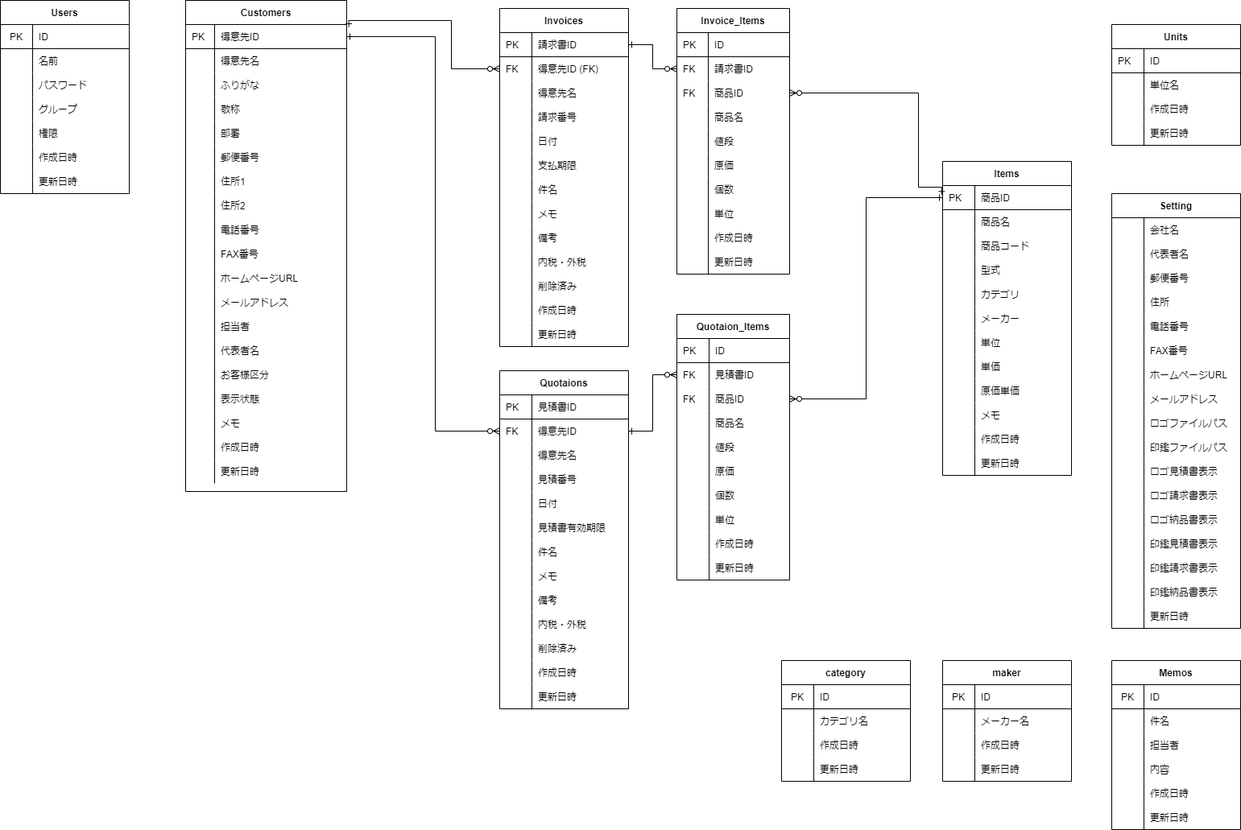
The draw.io diagram soho_er.png in gamasenninn/caddie-clone, before a commit. Source tidied: cells renumbered, new cells last; positions are measured from the earlier drawing's top-left corner, leaving out a move shared by most shapes.
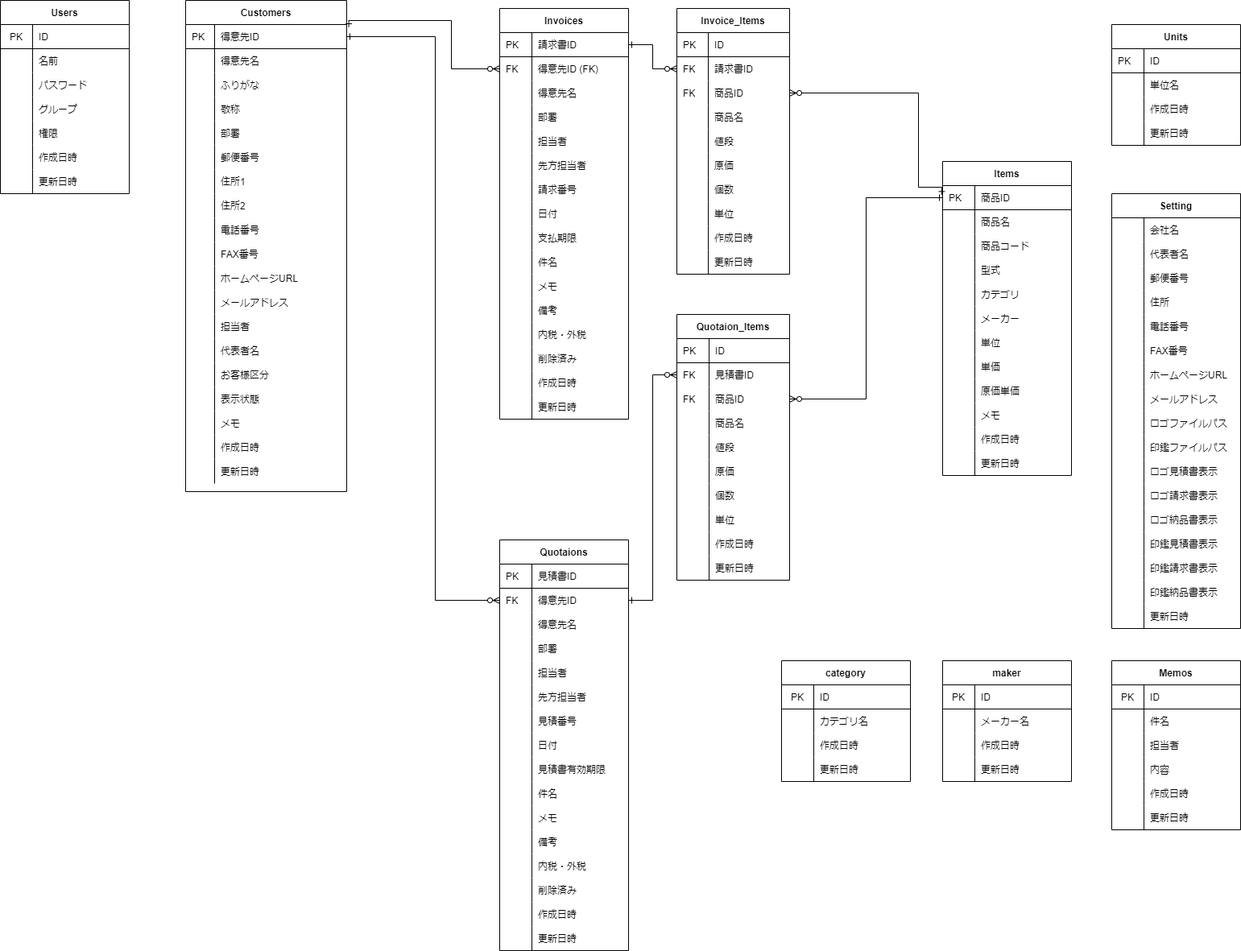
After the change.

The edit, as a diff of the source:
```diff
@@ -288,7 +288,7 @@
       <mxGeometry x="40" width="120" height="30" as="geometry" />
     </mxCell>
     <mxCell id="97" value="Invoices" style="shape=table;startSize=30;rowLines=0;fontStyle=1;align=center;" parent="1" vertex="1">
-      <mxGeometry x="620" y="10" width="160" height="420" as="geometry" />
+      <mxGeometry x="620" y="10" width="160" height="510" as="geometry" />
     </mxCell>
     <mxCell id="98" style="shape=partialRectangle;html=1;whiteSpace=wrap;fillColor=none;top=0;left=0;bottom=1;right=0;points=[[0,0.5],[1,0.5]];portConstraint=eastwest;" parent="97" vertex="1">
       <mxGeometry y="30" width="160" height="30" as="geometry" />
@@ -317,8 +317,35 @@
     <mxCell id="106" value="得意先名" style="shape=partialRectangle;html=1;whiteSpace=wrap;fillColor=none;top=0;left=0;bottom=0;right=0;align=left;spacingLeft=6;overflow=hidden;" parent="104" vertex="1">
       <mxGeometry x="40" width="120" height="30" as="geometry" />
     </mxCell>
+    <mxCell id="377" style="shape=partialRectangle;html=1;whiteSpace=wrap;fillColor=none;top=0;left=0;bottom=0;right=0;" parent="97" vertex="1">
+      <mxGeometry y="120" width="160" height="30" as="geometry" />
+    </mxCell>
+    <mxCell id="378" style="shape=partialRectangle;html=1;whiteSpace=wrap;fillColor=none;top=0;left=0;bottom=0;right=0;align=left;spacingLeft=6;overflow=hidden;" parent="377" vertex="1">
+      <mxGeometry width="40" height="30" as="geometry" />
+    </mxCell>
+    <mxCell id="379" value="部署" style="shape=partialRectangle;html=1;whiteSpace=wrap;fillColor=none;top=0;left=0;bottom=0;right=0;align=left;spacingLeft=6;overflow=hidden;" parent="377" vertex="1">
+      <mxGeometry x="40" width="120" height="30" as="geometry" />
+    </mxCell>
+    <mxCell id="380" style="shape=partialRectangle;html=1;whiteSpace=wrap;fillColor=none;top=0;left=0;bottom=0;right=0;" parent="97" vertex="1">
+      <mxGeometry y="150" width="160" height="30" as="geometry" />
+    </mxCell>
+    <mxCell id="381" style="shape=partialRectangle;html=1;whiteSpace=wrap;fillColor=none;top=0;left=0;bottom=0;right=0;align=left;spacingLeft=6;overflow=hidden;" parent="380" vertex="1">
+      <mxGeometry width="40" height="30" as="geometry" />
+    </mxCell>
+    <mxCell id="382" value="担当者" style="shape=partialRectangle;html=1;whiteSpace=wrap;fillColor=none;top=0;left=0;bottom=0;right=0;align=left;spacingLeft=6;overflow=hidden;" parent="380" vertex="1">
+      <mxGeometry x="40" width="120" height="30" as="geometry" />
+    </mxCell>
+    <mxCell id="383" style="shape=partialRectangle;html=1;whiteSpace=wrap;fillColor=none;top=0;left=0;bottom=0;right=0;" parent="97" vertex="1">
+      <mxGeometry y="180" width="160" height="30" as="geometry" />
+    </mxCell>
+    <mxCell id="384" style="shape=partialRectangle;html=1;whiteSpace=wrap;fillColor=none;top=0;left=0;bottom=0;right=0;align=left;spacingLeft=6;overflow=hidden;" parent="383" vertex="1">
+      <mxGeometry width="40" height="30" as="geometry" />
+    </mxCell>
+    <mxCell id="385" value="先方担当者" style="shape=partialRectangle;html=1;whiteSpace=wrap;fillColor=none;top=0;left=0;bottom=0;right=0;align=left;spacingLeft=6;overflow=hidden;" parent="383" vertex="1">
+      <mxGeometry x="40" width="120" height="30" as="geometry" />
+    </mxCell>
     <mxCell id="107" style="shape=partialRectangle;html=1;whiteSpace=wrap;fillColor=none;top=0;left=0;bottom=0;right=0;" parent="97" vertex="1">
-      <mxGeometry y="120" width="160" height="30" as="geometry" />
+      <mxGeometry y="210" width="160" height="30" as="geometry" />
     </mxCell>
     <mxCell id="108" style="shape=partialRectangle;html=1;whiteSpace=wrap;fillColor=none;top=0;left=0;bottom=0;right=0;align=left;spacingLeft=6;overflow=hidden;" parent="107" vertex="1">
       <mxGeometry width="40" height="30" as="geometry" />
@@ -327,7 +354,7 @@
       <mxGeometry x="40" width="120" height="30" as="geometry" />
     </mxCell>
     <mxCell id="110" style="shape=partialRectangle;html=1;whiteSpace=wrap;fillColor=none;top=0;left=0;bottom=0;right=0;" parent="97" vertex="1">
-      <mxGeometry y="150" width="160" height="30" as="geometry" />
+      <mxGeometry y="240" width="160" height="30" as="geometry" />
     </mxCell>
     <mxCell id="111" style="shape=partialRectangle;html=1;whiteSpace=wrap;fillColor=none;top=0;left=0;bottom=0;right=0;align=left;spacingLeft=6;overflow=hidden;" parent="110" vertex="1">
       <mxGeometry width="40" height="30" as="geometry" />
@@ -336,7 +363,7 @@
       <mxGeometry x="40" width="120" height="30" as="geometry" />
     </mxCell>
     <mxCell id="113" style="shape=partialRectangle;html=1;whiteSpace=wrap;fillColor=none;top=0;left=0;bottom=0;right=0;" parent="97" vertex="1">
-      <mxGeometry y="180" width="160" height="30" as="geometry" />
+      <mxGeometry y="270" width="160" height="30" as="geometry" />
     </mxCell>
     <mxCell id="114" style="shape=partialRectangle;html=1;whiteSpace=wrap;fillColor=none;top=0;left=0;bottom=0;right=0;align=left;spacingLeft=6;overflow=hidden;" parent="113" vertex="1">
       <mxGeometry width="40" height="30" as="geometry" />
@@ -345,7 +372,7 @@
       <mxGeometry x="40" width="120" height="30" as="geometry" />
     </mxCell>
     <mxCell id="116" style="shape=partialRectangle;html=1;whiteSpace=wrap;fillColor=none;top=0;left=0;bottom=0;right=0;" parent="97" vertex="1">
-      <mxGeometry y="210" width="160" height="30" as="geometry" />
+      <mxGeometry y="300" width="160" height="30" as="geometry" />
     </mxCell>
     <mxCell id="117" style="shape=partialRectangle;html=1;whiteSpace=wrap;fillColor=none;top=0;left=0;bottom=0;right=0;align=left;spacingLeft=6;overflow=hidden;" parent="116" vertex="1">
       <mxGeometry width="40" height="30" as="geometry" />
@@ -354,7 +381,7 @@
       <mxGeometry x="40" width="120" height="30" as="geometry" />
     </mxCell>
     <mxCell id="119" style="shape=partialRectangle;html=1;whiteSpace=wrap;fillColor=none;top=0;left=0;bottom=0;right=0;" parent="97" vertex="1">
-      <mxGeometry y="240" width="160" height="30" as="geometry" />
+      <mxGeometry y="330" width="160" height="30" as="geometry" />
     </mxCell>
     <mxCell id="120" style="shape=partialRectangle;html=1;whiteSpace=wrap;fillColor=none;top=0;left=0;bottom=0;right=0;align=left;spacingLeft=6;overflow=hidden;" parent="119" vertex="1">
       <mxGeometry width="40" height="30" as="geometry" />
@@ -363,7 +390,7 @@
       <mxGeometry x="40" width="120" height="30" as="geometry" />
     </mxCell>
     <mxCell id="122" style="shape=partialRectangle;html=1;whiteSpace=wrap;fillColor=none;top=0;left=0;bottom=0;right=0;" parent="97" vertex="1">
-      <mxGeometry y="270" width="160" height="30" as="geometry" />
+      <mxGeometry y="360" width="160" height="30" as="geometry" />
     </mxCell>
     <mxCell id="123" style="shape=partialRectangle;html=1;whiteSpace=wrap;fillColor=none;top=0;left=0;bottom=0;right=0;align=left;spacingLeft=6;overflow=hidden;" parent="122" vertex="1">
       <mxGeometry width="40" height="30" as="geometry" />
@@ -372,7 +399,7 @@
       <mxGeometry x="40" width="120" height="30" as="geometry" />
     </mxCell>
     <mxCell id="125" style="shape=partialRectangle;html=1;whiteSpace=wrap;fillColor=none;top=0;left=0;bottom=0;right=0;" parent="97" vertex="1">
-      <mxGeometry y="300" width="160" height="30" as="geometry" />
+      <mxGeometry y="390" width="160" height="30" as="geometry" />
     </mxCell>
     <mxCell id="126" style="shape=partialRectangle;html=1;whiteSpace=wrap;fillColor=none;top=0;left=0;bottom=0;right=0;align=left;spacingLeft=6;overflow=hidden;" parent="125" vertex="1">
       <mxGeometry width="40" height="30" as="geometry" />
@@ -381,7 +408,7 @@
       <mxGeometry x="40" width="120" height="30" as="geometry" />
     </mxCell>
     <mxCell id="128" style="shape=partialRectangle;html=1;whiteSpace=wrap;fillColor=none;top=0;left=0;bottom=0;right=0;" parent="97" vertex="1">
-      <mxGeometry y="330" width="160" height="30" as="geometry" />
+      <mxGeometry y="420" width="160" height="30" as="geometry" />
     </mxCell>
     <mxCell id="129" style="shape=partialRectangle;html=1;whiteSpace=wrap;fillColor=none;top=0;left=0;bottom=0;right=0;align=left;spacingLeft=6;overflow=hidden;" parent="128" vertex="1">
       <mxGeometry width="40" height="30" as="geometry" />
@@ -390,7 +417,7 @@
       <mxGeometry x="40" width="120" height="30" as="geometry" />
     </mxCell>
     <mxCell id="131" style="shape=partialRectangle;html=1;whiteSpace=wrap;fillColor=none;top=0;left=0;bottom=0;right=0;" parent="97" vertex="1">
-      <mxGeometry y="360" width="160" height="30" as="geometry" />
+      <mxGeometry y="450" width="160" height="30" as="geometry" />
     </mxCell>
     <mxCell id="132" style="shape=partialRectangle;html=1;whiteSpace=wrap;fillColor=none;top=0;left=0;bottom=0;right=0;align=left;spacingLeft=6;overflow=hidden;" parent="131" vertex="1">
       <mxGeometry width="40" height="30" as="geometry" />
@@ -399,7 +426,7 @@
       <mxGeometry x="40" width="120" height="30" as="geometry" />
     </mxCell>
     <mxCell id="134" style="shape=partialRectangle;html=1;whiteSpace=wrap;fillColor=none;top=0;left=0;bottom=0;right=0;" parent="97" vertex="1">
-      <mxGeometry y="390" width="160" height="30" as="geometry" />
+      <mxGeometry y="480" width="160" height="30" as="geometry" />
     </mxCell>
     <mxCell id="135" style="shape=partialRectangle;html=1;whiteSpace=wrap;fillColor=none;top=0;left=0;bottom=0;right=0;align=left;spacingLeft=6;overflow=hidden;" parent="134" vertex="1">
       <mxGeometry width="40" height="30" as="geometry" />
@@ -501,7 +528,7 @@
       <mxGeometry x="39" width="101" height="30" as="geometry" />
     </mxCell>
     <mxCell id="168" value="Quotaions" style="shape=table;startSize=30;rowLines=0;fontStyle=1;align=center;" parent="1" vertex="1">
-      <mxGeometry x="620" y="460" width="160" height="420" as="geometry" />
+      <mxGeometry x="620" y="670" width="160" height="510" as="geometry" />
     </mxCell>
     <mxCell id="169" style="shape=partialRectangle;html=1;whiteSpace=wrap;fillColor=none;top=0;left=0;bottom=1;right=0;" parent="168" vertex="1">
       <mxGeometry y="30" width="160" height="30" as="geometry" />
@@ -530,8 +557,35 @@
     <mxCell id="177" value="得意先名" style="shape=partialRectangle;html=1;whiteSpace=wrap;fillColor=none;top=0;left=0;bottom=0;right=0;align=left;spacingLeft=6;overflow=hidden;" parent="175" vertex="1">
       <mxGeometry x="40" width="120" height="30" as="geometry" />
     </mxCell>
+    <mxCell id="386" style="shape=partialRectangle;html=1;whiteSpace=wrap;fillColor=none;top=0;left=0;bottom=0;right=0;" parent="168" vertex="1">
+      <mxGeometry y="120" width="160" height="30" as="geometry" />
+    </mxCell>
+    <mxCell id="387" style="shape=partialRectangle;html=1;whiteSpace=wrap;fillColor=none;top=0;left=0;bottom=0;right=0;align=left;spacingLeft=6;overflow=hidden;" parent="386" vertex="1">
+      <mxGeometry width="40" height="30" as="geometry" />
+    </mxCell>
+    <mxCell id="388" value="部署" style="shape=partialRectangle;html=1;whiteSpace=wrap;fillColor=none;top=0;left=0;bottom=0;right=0;align=left;spacingLeft=6;overflow=hidden;" parent="386" vertex="1">
+      <mxGeometry x="40" width="120" height="30" as="geometry" />
+    </mxCell>
+    <mxCell id="389" style="shape=partialRectangle;html=1;whiteSpace=wrap;fillColor=none;top=0;left=0;bottom=0;right=0;" parent="168" vertex="1">
+      <mxGeometry y="150" width="160" height="30" as="geometry" />
+    </mxCell>
+    <mxCell id="390" style="shape=partialRectangle;html=1;whiteSpace=wrap;fillColor=none;top=0;left=0;bottom=0;right=0;align=left;spacingLeft=6;overflow=hidden;" parent="389" vertex="1">
+      <mxGeometry width="40" height="30" as="geometry" />
+    </mxCell>
+    <mxCell id="391" value="担当者" style="shape=partialRectangle;html=1;whiteSpace=wrap;fillColor=none;top=0;left=0;bottom=0;right=0;align=left;spacingLeft=6;overflow=hidden;" parent="389" vertex="1">
+      <mxGeometry x="40" width="120" height="30" as="geometry" />
+    </mxCell>
+    <mxCell id="392" style="shape=partialRectangle;html=1;whiteSpace=wrap;fillColor=none;top=0;left=0;bottom=0;right=0;" parent="168" vertex="1">
+      <mxGeometry y="180" width="160" height="30" as="geometry" />
+    </mxCell>
+    <mxCell id="393" style="shape=partialRectangle;html=1;whiteSpace=wrap;fillColor=none;top=0;left=0;bottom=0;right=0;align=left;spacingLeft=6;overflow=hidden;" parent="392" vertex="1">
+      <mxGeometry width="40" height="30" as="geometry" />
+    </mxCell>
+    <mxCell id="394" value="先方担当者" style="shape=partialRectangle;html=1;whiteSpace=wrap;fillColor=none;top=0;left=0;bottom=0;right=0;align=left;spacingLeft=6;overflow=hidden;" parent="392" vertex="1">
+      <mxGeometry x="40" width="120" height="30" as="geometry" />
+    </mxCell>
     <mxCell id="178" style="shape=partialRectangle;html=1;whiteSpace=wrap;fillColor=none;top=0;left=0;bottom=0;right=0;" parent="168" vertex="1">
-      <mxGeometry y="120" width="160" height="30" as="geometry" />
+      <mxGeometry y="210" width="160" height="30" as="geometry" />
     </mxCell>
     <mxCell id="179" style="shape=partialRectangle;html=1;whiteSpace=wrap;fillColor=none;top=0;left=0;bottom=0;right=0;align=left;spacingLeft=6;overflow=hidden;" parent="178" vertex="1">
       <mxGeometry width="40" height="30" as="geometry" />
@@ -540,7 +594,7 @@
       <mxGeometry x="40" width="120" height="30" as="geometry" />
     </mxCell>
     <mxCell id="181" style="shape=partialRectangle;html=1;whiteSpace=wrap;fillColor=none;top=0;left=0;bottom=0;right=0;" parent="168" vertex="1">
-      <mxGeometry y="150" width="160" height="30" as="geometry" />
+      <mxGeometry y="240" width="160" height="30" as="geometry" />
     </mxCell>
     <mxCell id="182" style="shape=partialRectangle;html=1;whiteSpace=wrap;fillColor=none;top=0;left=0;bottom=0;right=0;align=left;spacingLeft=6;overflow=hidden;" parent="181" vertex="1">
       <mxGeometry width="40" height="30" as="geometry" />
@@ -549,7 +603,7 @@
       <mxGeometry x="40" width="120" height="30" as="geometry" />
     </mxCell>
     <mxCell id="184" style="shape=partialRectangle;html=1;whiteSpace=wrap;fillColor=none;top=0;left=0;bottom=0;right=0;" parent="168" vertex="1">
-      <mxGeometry y="180" width="160" height="30" as="geometry" />
+      <mxGeometry y="270" width="160" height="30" as="geometry" />
     </mxCell>
     <mxCell id="185" style="shape=partialRectangle;html=1;whiteSpace=wrap;fillColor=none;top=0;left=0;bottom=0;right=0;align=left;spacingLeft=6;overflow=hidden;" parent="184" vertex="1">
       <mxGeometry width="40" height="30" as="geometry" />
@@ -558,7 +612,7 @@
       <mxGeometry x="40" width="120" height="30" as="geometry" />
     </mxCell>
     <mxCell id="187" style="shape=partialRectangle;html=1;whiteSpace=wrap;fillColor=none;top=0;left=0;bottom=0;right=0;" parent="168" vertex="1">
-      <mxGeometry y="210" width="160" height="30" as="geometry" />
+      <mxGeometry y="300" width="160" height="30" as="geometry" />
     </mxCell>
     <mxCell id="188" style="shape=partialRectangle;html=1;whiteSpace=wrap;fillColor=none;top=0;left=0;bottom=0;right=0;align=left;spacingLeft=6;overflow=hidden;" parent="187" vertex="1">
       <mxGeometry width="40" height="30" as="geometry" />
@@ -567,7 +621,7 @@
       <mxGeometry x="40" width="120" height="30" as="geometry" />
     </mxCell>
     <mxCell id="190" style="shape=partialRectangle;html=1;whiteSpace=wrap;fillColor=none;top=0;left=0;bottom=0;right=0;" parent="168" vertex="1">
-      <mxGeometry y="240" width="160" height="30" as="geometry" />
+      <mxGeometry y="330" width="160" height="30" as="geometry" />
     </mxCell>
     <mxCell id="191" style="shape=partialRectangle;html=1;whiteSpace=wrap;fillColor=none;top=0;left=0;bottom=0;right=0;align=left;spacingLeft=6;overflow=hidden;" parent="190" vertex="1">
       <mxGeometry width="40" height="30" as="geometry" />
@@ -576,7 +630,7 @@
       <mxGeometry x="40" width="120" height="30" as="geometry" />
     </mxCell>
     <mxCell id="193" style="shape=partialRectangle;html=1;whiteSpace=wrap;fillColor=none;top=0;left=0;bottom=0;right=0;" parent="168" vertex="1">
-      <mxGeometry y="270" width="160" height="30" as="geometry" />
+      <mxGeometry y="360" width="160" height="30" as="geometry" />
     </mxCell>
     <mxCell id="194" style="shape=partialRectangle;html=1;whiteSpace=wrap;fillColor=none;top=0;left=0;bottom=0;right=0;align=left;spacingLeft=6;overflow=hidden;" parent="193" vertex="1">
       <mxGeometry width="40" height="30" as="geometry" />
@@ -585,7 +639,7 @@
       <mxGeometry x="40" width="120" height="30" as="geometry" />
     </mxCell>
     <mxCell id="196" style="shape=partialRectangle;html=1;whiteSpace=wrap;fillColor=none;top=0;left=0;bottom=0;right=0;" parent="168" vertex="1">
-      <mxGeometry y="300" width="160" height="30" as="geometry" />
+      <mxGeometry y="390" width="160" height="30" as="geometry" />
     </mxCell>
     <mxCell id="197" style="shape=partialRectangle;html=1;whiteSpace=wrap;fillColor=none;top=0;left=0;bottom=0;right=0;align=left;spacingLeft=6;overflow=hidden;" parent="196" vertex="1">
       <mxGeometry width="40" height="30" as="geometry" />
@@ -594,7 +648,7 @@
       <mxGeometry x="40" width="120" height="30" as="geometry" />
     </mxCell>
     <mxCell id="199" style="shape=partialRectangle;html=1;whiteSpace=wrap;fillColor=none;top=0;left=0;bottom=0;right=0;" parent="168" vertex="1">
-      <mxGeometry y="330" width="160" height="30" as="geometry" />
+      <mxGeometry y="420" width="160" height="30" as="geometry" />
     </mxCell>
     <mxCell id="200" style="shape=partialRectangle;html=1;whiteSpace=wrap;fillColor=none;top=0;left=0;bottom=0;right=0;align=left;spacingLeft=6;overflow=hidden;" parent="199" vertex="1">
       <mxGeometry width="40" height="30" as="geometry" />
@@ -603,7 +657,7 @@
       <mxGeometry x="40" width="120" height="30" as="geometry" />
     </mxCell>
     <mxCell id="202" style="shape=partialRectangle;html=1;whiteSpace=wrap;fillColor=none;top=0;left=0;bottom=0;right=0;" parent="168" vertex="1">
-      <mxGeometry y="360" width="160" height="30" as="geometry" />
+      <mxGeometry y="450" width="160" height="30" as="geometry" />
     </mxCell>
     <mxCell id="203" style="shape=partialRectangle;html=1;whiteSpace=wrap;fillColor=none;top=0;left=0;bottom=0;right=0;align=left;spacingLeft=6;overflow=hidden;" parent="202" vertex="1">
       <mxGeometry width="40" height="30" as="geometry" />
@@ -612,7 +666,7 @@
       <mxGeometry x="40" width="120" height="30" as="geometry" />
     </mxCell>
     <mxCell id="205" style="shape=partialRectangle;html=1;whiteSpace=wrap;fillColor=none;top=0;left=0;bottom=0;right=0;" parent="168" vertex="1">
-      <mxGeometry y="390" width="160" height="30" as="geometry" />
+      <mxGeometry y="480" width="160" height="30" as="geometry" />
     </mxCell>
     <mxCell id="206" style="shape=partialRectangle;html=1;whiteSpace=wrap;fillColor=none;top=0;left=0;bottom=0;right=0;align=left;spacingLeft=6;overflow=hidden;" parent="205" vertex="1">
       <mxGeometry width="40" height="30" as="geometry" />
@@ -919,7 +973,7 @@
     <mxCell id="305" style="edgeStyle=orthogonalEdgeStyle;rounded=0;jettySize=auto;html=1;exitX=0;exitY=0.5;exitDx=0;exitDy=0;entryX=1;entryY=0.5;entryDx=0;entryDy=0;startArrow=ERzeroToMany;startFill=1;endArrow=ERone;endFill=0;" parent="1" edge="1" source="172" target="3">
       <mxGeometry relative="1" as="geometry">
         <Array as="points">
-          <mxPoint x="540" y="535" />
+          <mxPoint x="540" y="745" />
           <mxPoint x="540" y="45" />
         </Array>
       </mxGeometry>
```
